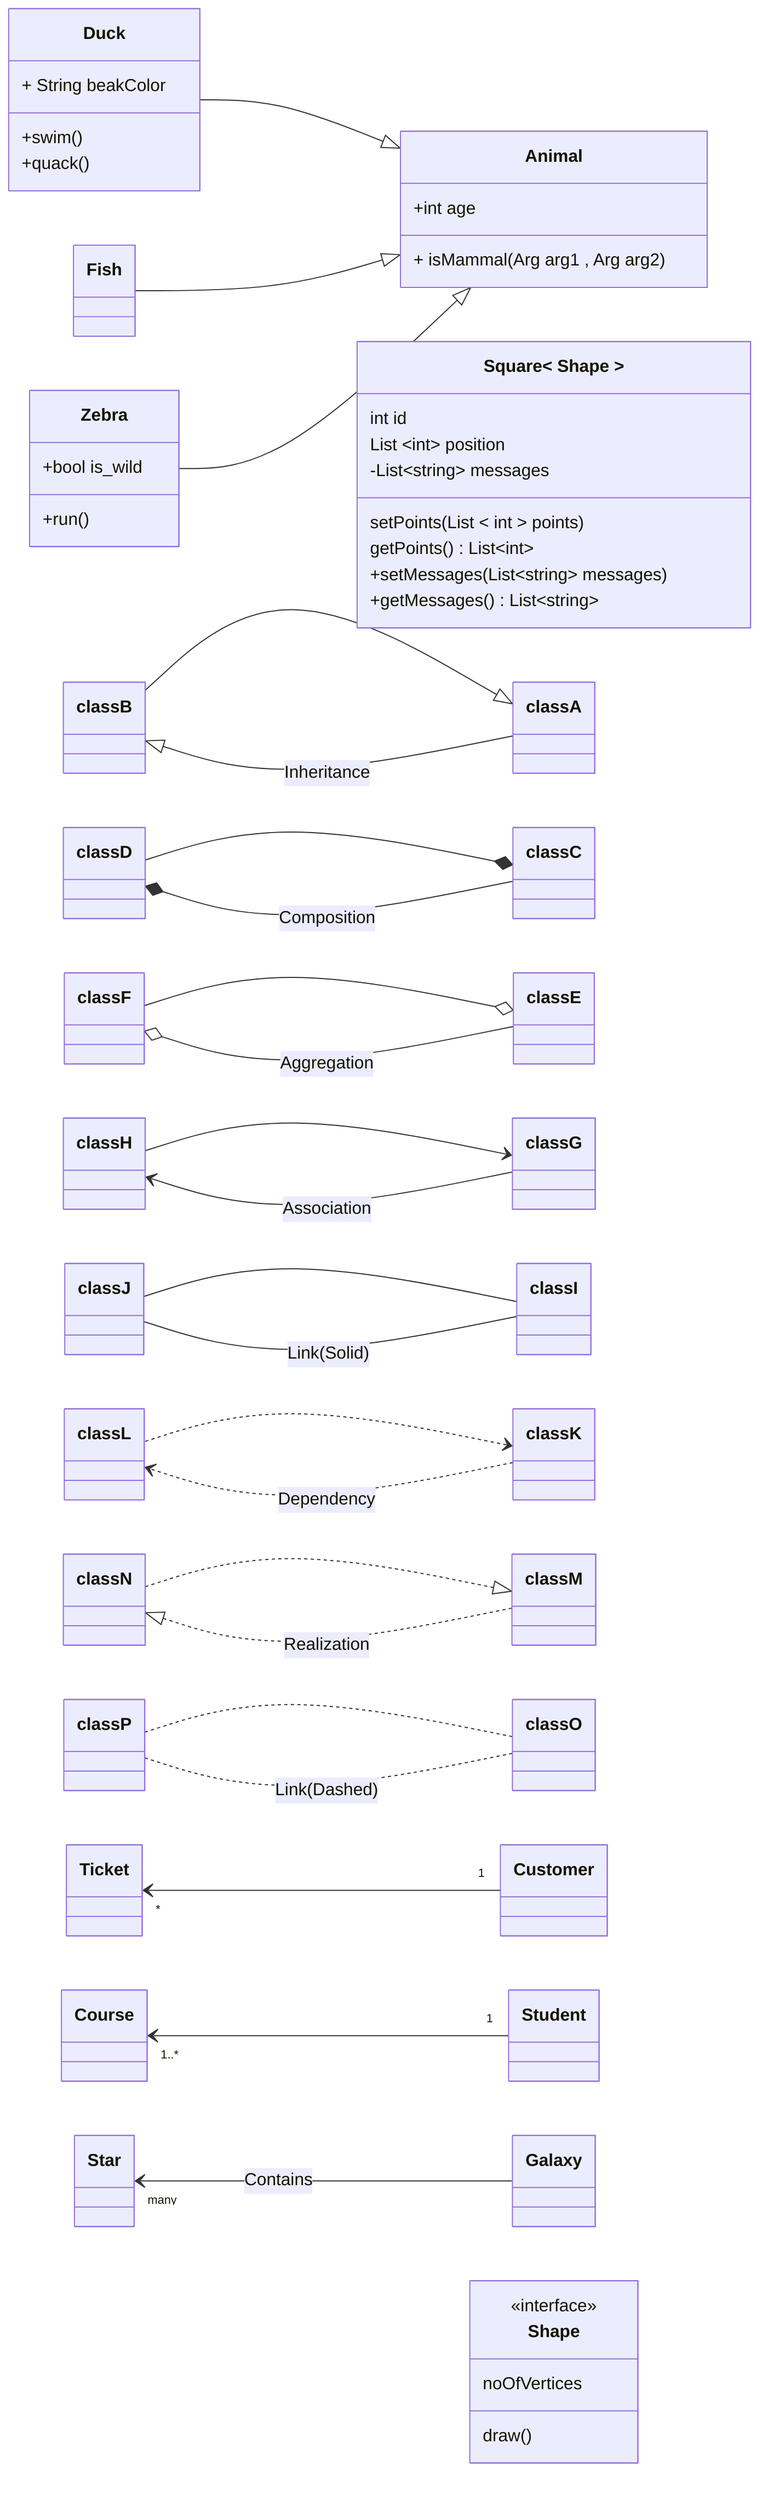
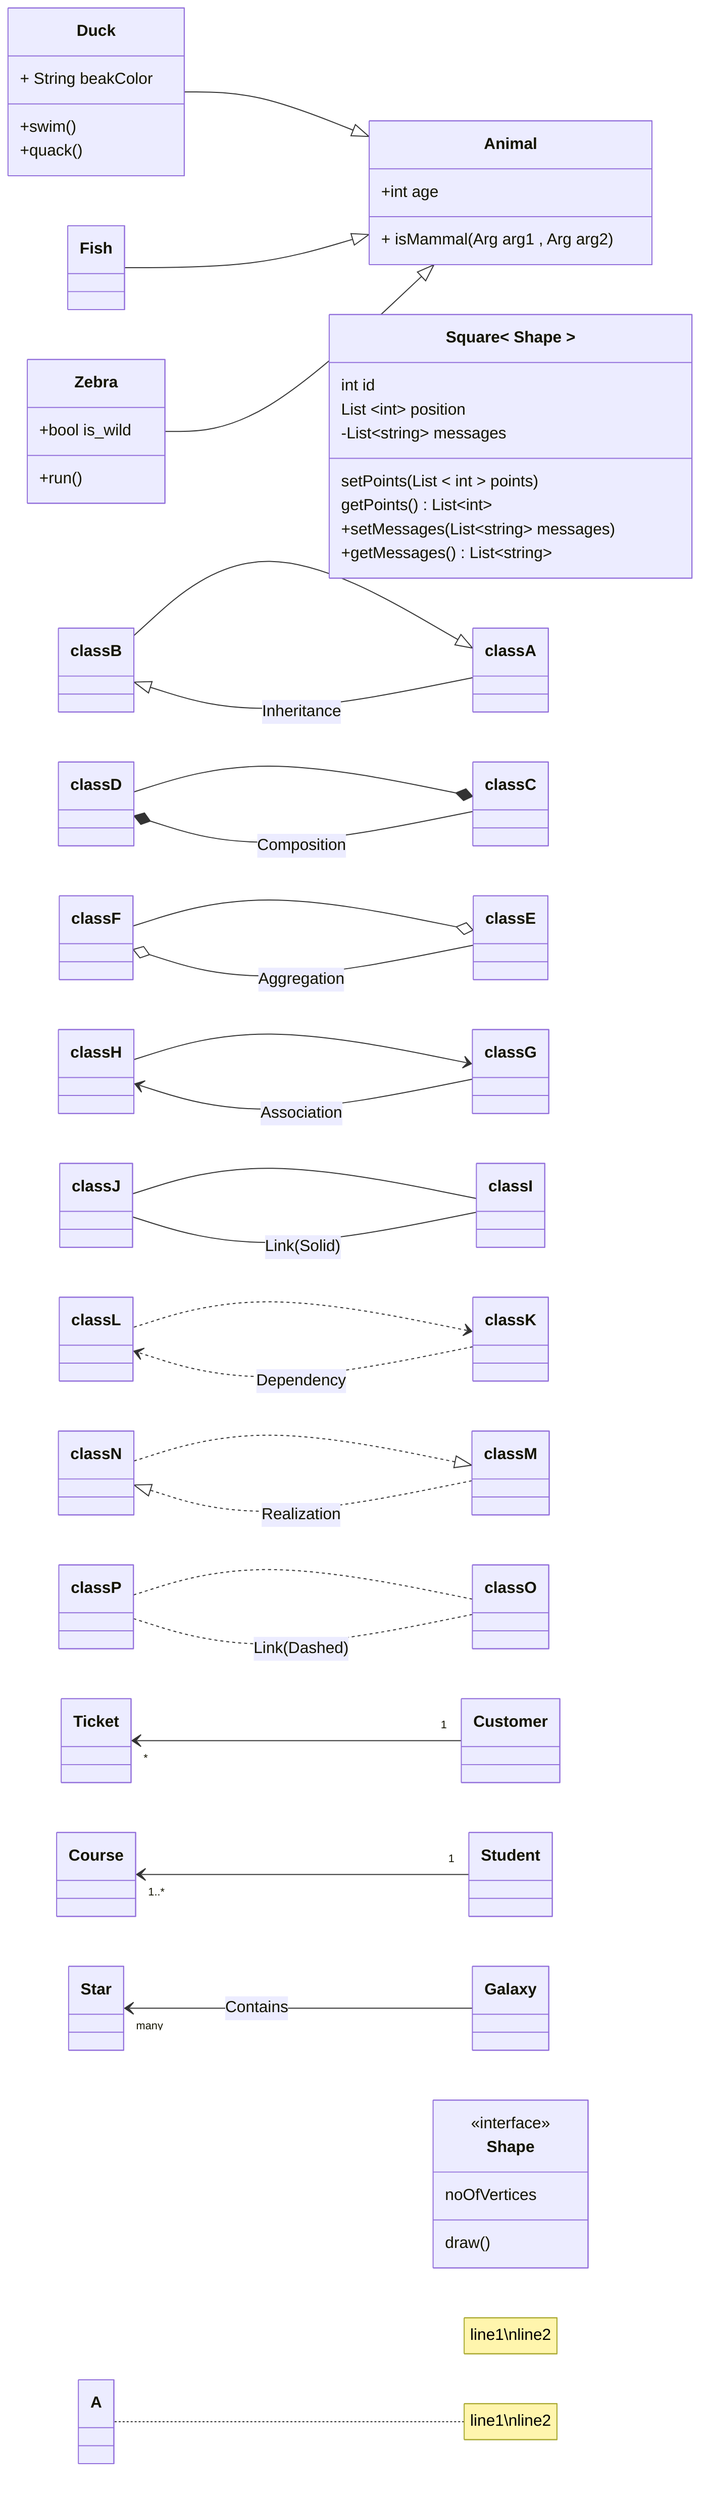
classDiagram
direction   RL
class   Animal
    Animal<|--Duck
    Animal <|-- Fish
    Animal   <|--    Zebra
    Animal : +int age
    Animal: + isMammal (  Arg   arg1   ,    Arg arg2)
    class   Duck{
        + String   beakColor
        +swim  ()
        +quack()
    }
	    class Zebra   {
	        +bool  is_wild
	        +run()
	    }

	    class Square ~  Shape  ~   {
          int id
          List ~int~    position
          setPoints(List ~ int  ~    points)
          getPoints() List~int~
      }

      Square : -List~string~ messages
      Square: +setMessages(List~string~ messages)
      Square : +getMessages() List~string~

classA   <|-- classB
classC *--classD
classE o-- classF
classG <--    classH
classI -- classJ
classK   <..   classL
classM <|.. classN
classO    ..    classP

classA --|> classB : Inheritance
classC --* classD : Composition
classE --o classF : Aggregation
classG --> classH : Association
classI -- classJ : Link(Solid)
classK ..> classL : Dependency
classM ..|> classN : Realization
classO .. classP : Link(Dashed)

Customer   "1" --> "*" Ticket
    Student "1" --> "1..*" Course
    Galaxy   --> "many" Star : Contains

    class Shape
    << interface   >> Shape
    class Shape{
        <<interface>>
        noOfVertices
        draw()
    }

    click className call callback() "tooltip"
-     click className href "url" "tooltip"+     click className href "url" "tooltip"
+ 
+     note     "line1\nline2"
+ 
+     class A
+     note for    A    "line1\nline2"